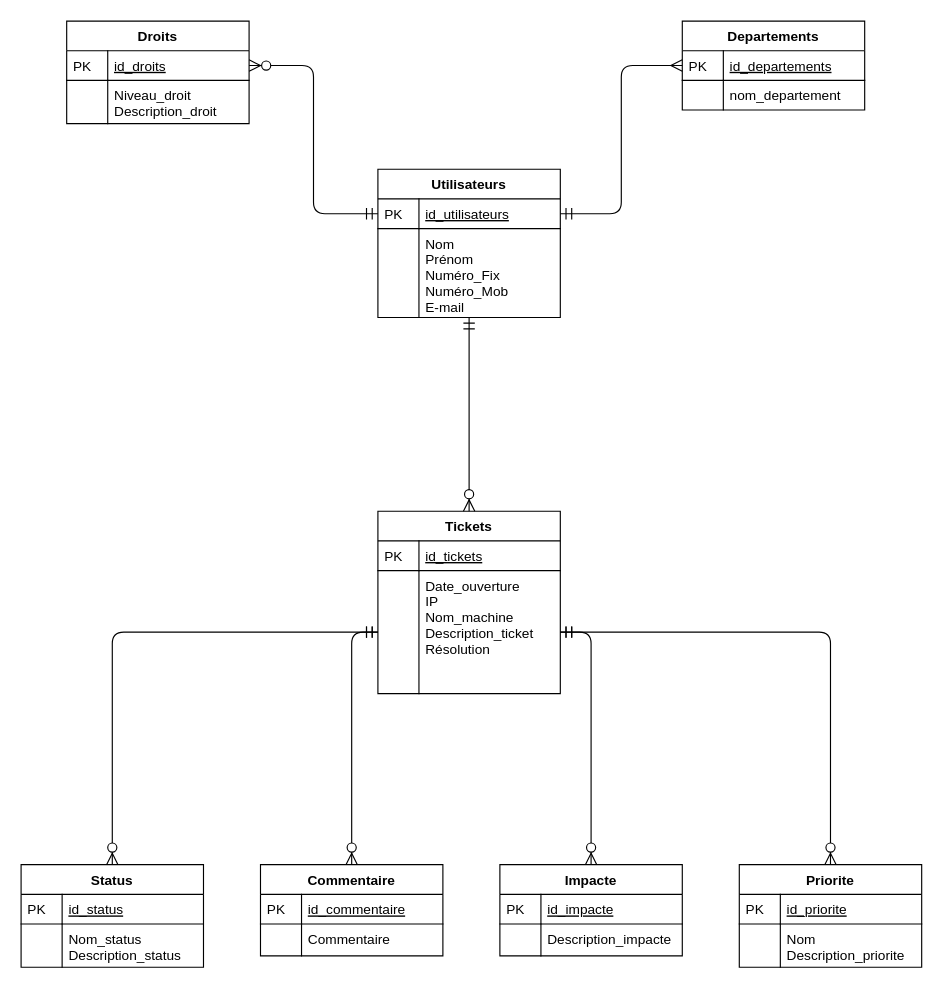
Hero-Chan/Projet_Ticketing keeps this draw.io diagram as Base de données/MCD_MPTicket.drawio. Above is the earlier version. Source tidied: cells renumbered, new cells numbered last; positions are measured from the earlier drawing's top-left corner, leaving out a move shared by most shapes. Both pictures are drawn from the tidied source at 114%, with x=0, y=0 at pixel (21, 21).
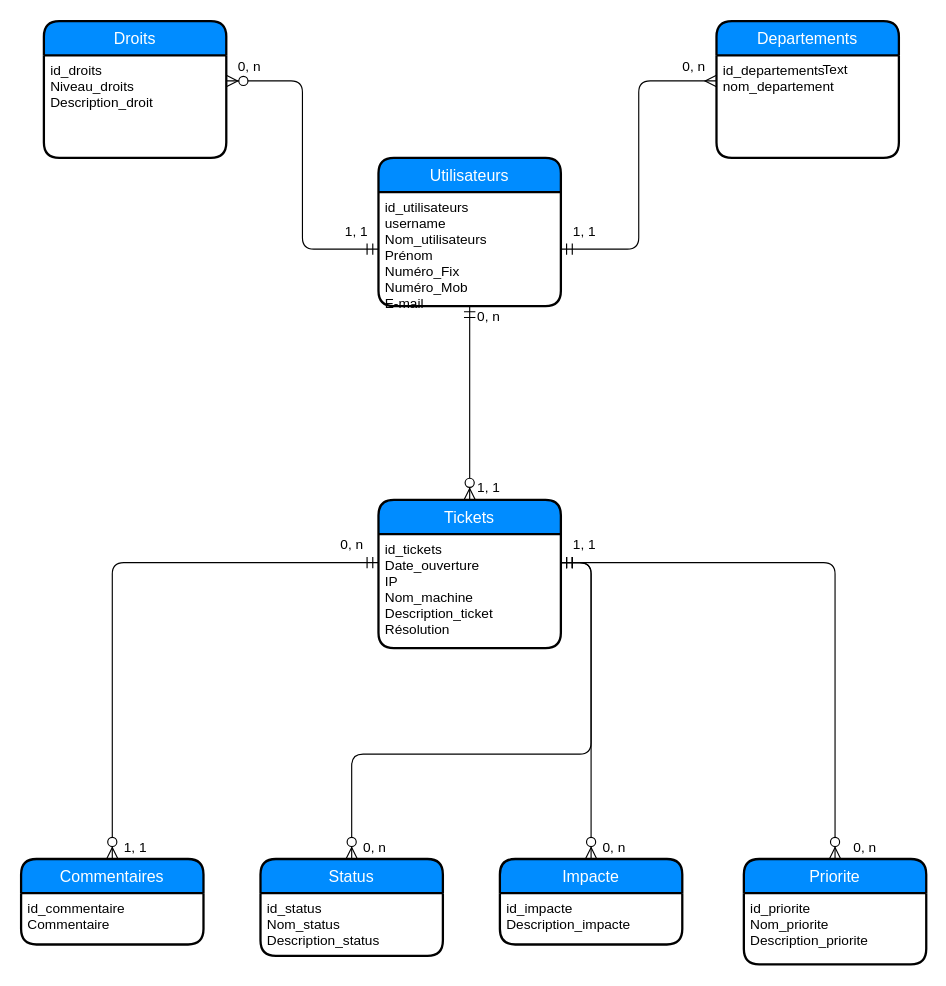
After the change.

Change to the diagram source:
```diff
@@
-    <mxCell id="2" value="Departements" style="swimlane;fontStyle=1;horizontal=1;startSize=26;rounded=0;shadow=0;strokeWidth=1;" parent="1" vertex="1">
-      <mxGeometry x="580" width="160" height="78" as="geometry" />
-    </mxCell>
-    <mxCell id="3" value="id_departements" style="shape=partialRectangle;top=0;left=0;right=0;bottom=1;align=left;verticalAlign=top;fillColor=none;spacingLeft=40;spacingRight=4;overflow=hidden;points=[[0,0.5],[1,0.5]];portConstraint=eastwest;rounded=0;shadow=0;strokeWidth=1;fontStyle=4;" parent="2" vertex="1">
-      <mxGeometry y="26" width="160" height="26" as="geometry" />
-    </mxCell>
-    <mxCell id="4" value="PK" style="shape=partialRectangle;top=0;left=0;bottom=0;fillColor=none;align=left;verticalAlign=top;spacingLeft=4;spacingRight=4;overflow=hidden;" parent="3" vertex="1">
-      <mxGeometry width="36" height="26" as="geometry" />
-    </mxCell>
-    <mxCell id="5" value="nom_departement" style="shape=partialRectangle;top=0;left=0;right=0;bottom=0;align=left;verticalAlign=top;fillColor=none;spacingLeft=40;spacingRight=4;overflow=hidden;rounded=0;shadow=0;strokeWidth=1;" parent="2" vertex="1">
-      <mxGeometry y="52" width="160" height="26" as="geometry" />
-    </mxCell>
-    <mxCell id="6" style="shape=partialRectangle;top=0;left=0;bottom=0;fillColor=none;align=left;verticalAlign=top;spacingLeft=4;spacingRight=4;overflow=hidden;" parent="5" vertex="1">
-      <mxGeometry width="36" height="26" as="geometry" />
-    </mxCell>
-    <mxCell id="7" value="Utilisateurs" style="swimlane;fontStyle=1;horizontal=1;startSize=26;rounded=0;shadow=0;strokeWidth=1;" parent="1" vertex="1">
-      <mxGeometry x="313" y="130" width="160" height="130" as="geometry" />
-    </mxCell>
-    <mxCell id="8" value="id_utilisateurs" style="shape=partialRectangle;top=0;left=0;right=0;bottom=1;align=left;verticalAlign=top;fillColor=none;spacingLeft=40;spacingRight=4;overflow=hidden;points=[[0,0.5],[1,0.5]];portConstraint=eastwest;rounded=0;shadow=0;strokeWidth=1;fontStyle=4;" parent="7" vertex="1">
-      <mxGeometry y="26" width="160" height="26" as="geometry" />
-    </mxCell>
-    <mxCell id="9" value="PK" style="shape=partialRectangle;top=0;left=0;bottom=0;fillColor=none;align=left;verticalAlign=top;spacingLeft=4;spacingRight=4;overflow=hidden;" parent="8" vertex="1">
-      <mxGeometry width="36" height="26" as="geometry" />
-    </mxCell>
-    <mxCell id="10" value="Nom&#10;Prénom&#10;Numéro_Fix&#10;Numéro_Mob&#10;E-mail" style="shape=partialRectangle;top=0;left=0;right=0;bottom=0;align=left;verticalAlign=top;fillColor=none;spacingLeft=40;spacingRight=4;overflow=hidden;rounded=0;shadow=0;strokeWidth=1;" parent="7" vertex="1">
-      <mxGeometry y="52" width="160" height="78" as="geometry" />
-    </mxCell>
-    <mxCell id="11" style="shape=partialRectangle;top=0;left=0;bottom=0;fillColor=none;align=left;verticalAlign=top;spacingLeft=4;spacingRight=4;overflow=hidden;" parent="10" vertex="1">
-      <mxGeometry width="36" height="78" as="geometry" />
-    </mxCell>
-    <mxCell id="12" style="edgeStyle=orthogonalEdgeStyle;endArrow=ERmandOne;startArrow=ERmany;shadow=0;strokeWidth=1;endSize=8;startSize=8;startFill=0;endFill=0;" parent="1" edge="1" source="3" target="8">
+    <mxCell id="12" style="edgeStyle=orthogonalEdgeStyle;endArrow=ERmandOne;startArrow=ERmany;shadow=0;strokeWidth=1;endSize=8;startSize=8;startFill=0;endFill=0;exitX=0;exitY=0.25;exitDx=0;exitDy=0;entryX=1;entryY=0.5;entryDx=0;entryDy=0;" parent="1" edge="1" source="50" target="52">
       <mxGeometry relative="1" as="geometry" />
     </mxCell>
-    <mxCell id="13" value="Tickets" style="swimlane;fontStyle=1;horizontal=1;startSize=26;rounded=0;shadow=0;strokeWidth=1;" parent="1" vertex="1">
-      <mxGeometry x="313" y="430" width="160" height="160" as="geometry" />
-    </mxCell>
-    <mxCell id="14" value="id_tickets" style="shape=partialRectangle;top=0;left=0;right=0;bottom=1;align=left;verticalAlign=top;fillColor=none;spacingLeft=40;spacingRight=4;overflow=hidden;rounded=0;shadow=0;strokeWidth=1;fontStyle=4;" parent="13" vertex="1">
-      <mxGeometry y="26" width="160" height="26" as="geometry" />
-    </mxCell>
-    <mxCell id="15" value="PK" style="shape=partialRectangle;top=0;left=0;bottom=0;fillColor=none;align=left;verticalAlign=top;spacingLeft=4;spacingRight=4;overflow=hidden;" parent="14" vertex="1">
-      <mxGeometry width="36" height="26" as="geometry" />
-    </mxCell>
-    <mxCell id="16" value="Date_ouverture&#10;IP&#10;Nom_machine&#10;Description_ticket&#10;Résolution" style="shape=partialRectangle;top=0;left=0;right=0;bottom=0;align=left;verticalAlign=top;fillColor=none;spacingLeft=40;spacingRight=4;overflow=hidden;points=[[0,0.5],[1,0.5]];portConstraint=eastwest;rounded=0;shadow=0;strokeWidth=1;" parent="13" vertex="1">
-      <mxGeometry y="52" width="160" height="108" as="geometry" />
-    </mxCell>
-    <mxCell id="17" style="shape=partialRectangle;top=0;left=0;bottom=0;fillColor=none;align=left;verticalAlign=top;spacingLeft=4;spacingRight=4;overflow=hidden;" parent="16" vertex="1">
-      <mxGeometry width="36" height="108" as="geometry" />
-    </mxCell>
-    <mxCell id="18" style="edgeStyle=orthogonalEdgeStyle;endArrow=ERzeroToMany;startArrow=ERmandOne;shadow=0;strokeWidth=1;endSize=8;startSize=8;" parent="1" edge="1" source="7" target="13">
+    <mxCell id="18" style="edgeStyle=orthogonalEdgeStyle;endArrow=ERzeroToMany;startArrow=ERmandOne;shadow=0;strokeWidth=1;endSize=8;startSize=8;exitX=0.5;exitY=1;exitDx=0;exitDy=0;entryX=0.5;entryY=0;entryDx=0;entryDy=0;" parent="1" edge="1" source="52" target="13">
       <mxGeometry relative="1" as="geometry" />
     </mxCell>
-    <mxCell id="19" value="Droits" style="swimlane;fontStyle=1;horizontal=1;startSize=26;rounded=0;shadow=0;strokeWidth=1;" parent="1" vertex="1">
-      <mxGeometry x="40" width="160" height="90" as="geometry" />
-    </mxCell>
-    <mxCell id="20" value="id_droits" style="shape=partialRectangle;top=0;left=0;right=0;bottom=1;align=left;verticalAlign=top;fillColor=none;spacingLeft=40;spacingRight=4;overflow=hidden;points=[[0,0.5],[1,0.5]];portConstraint=eastwest;rounded=0;shadow=0;strokeWidth=1;fontStyle=4;" parent="19" vertex="1">
-      <mxGeometry y="26" width="160" height="26" as="geometry" />
-    </mxCell>
-    <mxCell id="21" value="PK" style="shape=partialRectangle;top=0;left=0;bottom=0;fillColor=none;align=left;verticalAlign=top;spacingLeft=4;spacingRight=4;overflow=hidden;" parent="20" vertex="1">
-      <mxGeometry width="36" height="26" as="geometry" />
-    </mxCell>
-    <mxCell id="22" value="Niveau_droit&#10;Description_droit" style="shape=partialRectangle;top=0;left=0;right=0;bottom=0;align=left;verticalAlign=top;fillColor=none;spacingLeft=40;spacingRight=4;overflow=hidden;rounded=0;shadow=0;strokeWidth=1;" parent="19" vertex="1">
-      <mxGeometry y="52" width="160" height="38" as="geometry" />
-    </mxCell>
-    <mxCell id="23" style="shape=partialRectangle;top=0;left=0;bottom=0;fillColor=none;align=left;verticalAlign=top;spacingLeft=4;spacingRight=4;overflow=hidden;" parent="22" vertex="1">
-      <mxGeometry width="36" height="38" as="geometry" />
-    </mxCell>
-    <mxCell id="24" style="edgeStyle=orthogonalEdgeStyle;endArrow=ERzeroToMany;startArrow=ERmandOne;shadow=0;strokeWidth=1;endSize=8;startSize=8;exitX=0;exitY=0.5;exitDx=0;exitDy=0;entryX=1;entryY=0.5;entryDx=0;entryDy=0;" parent="1" edge="1" source="8" target="20">
+    <mxCell id="24" style="edgeStyle=orthogonalEdgeStyle;endArrow=ERzeroToMany;startArrow=ERmandOne;shadow=0;strokeWidth=1;endSize=8;startSize=8;exitX=0;exitY=0.5;exitDx=0;exitDy=0;entryX=1;entryY=0.25;entryDx=0;entryDy=0;" parent="1" edge="1" source="52" target="49">
       <mxGeometry relative="1" as="geometry" />
     </mxCell>
-    <mxCell id="25" value="Status" style="swimlane;fontStyle=1;horizontal=1;startSize=26;rounded=0;shadow=0;strokeWidth=1;" parent="1" vertex="1">
-      <mxGeometry y="740" width="160" height="90" as="geometry" />
-    </mxCell>
-    <mxCell id="26" value="id_status" style="shape=partialRectangle;top=0;left=0;right=0;bottom=1;align=left;verticalAlign=top;fillColor=none;spacingLeft=40;spacingRight=4;overflow=hidden;rounded=0;shadow=0;strokeWidth=1;fontStyle=4;" parent="25" vertex="1">
-      <mxGeometry y="26" width="160" height="26" as="geometry" />
-    </mxCell>
-    <mxCell id="27" value="PK" style="shape=partialRectangle;top=0;left=0;bottom=0;fillColor=none;align=left;verticalAlign=top;spacingLeft=4;spacingRight=4;overflow=hidden;" parent="26" vertex="1">
-      <mxGeometry width="36" height="26" as="geometry" />
-    </mxCell>
-    <mxCell id="28" value="Nom_status&#10;Description_status" style="shape=partialRectangle;top=0;left=0;right=0;bottom=0;align=left;verticalAlign=top;fillColor=none;spacingLeft=40;spacingRight=4;overflow=hidden;rounded=0;shadow=0;strokeWidth=1;" parent="25" vertex="1">
-      <mxGeometry y="52" width="160" height="38" as="geometry" />
-    </mxCell>
-    <mxCell id="29" style="shape=partialRectangle;top=0;left=0;bottom=0;fillColor=none;align=left;verticalAlign=top;spacingLeft=4;spacingRight=4;overflow=hidden;" parent="28" vertex="1">
-      <mxGeometry width="36" height="38" as="geometry" />
-    </mxCell>
-    <mxCell id="30" value="Commentaire" style="swimlane;fontStyle=1;horizontal=1;startSize=26;rounded=0;shadow=0;strokeWidth=1;" parent="1" vertex="1">
-      <mxGeometry x="210" y="740" width="160" height="80" as="geometry" />
-    </mxCell>
-    <mxCell id="31" value="id_commentaire" style="shape=partialRectangle;top=0;left=0;right=0;bottom=1;align=left;verticalAlign=top;fillColor=none;spacingLeft=40;spacingRight=4;overflow=hidden;rounded=0;shadow=0;strokeWidth=1;fontStyle=4;" parent="30" vertex="1">
-      <mxGeometry y="26" width="160" height="26" as="geometry" />
-    </mxCell>
-    <mxCell id="32" value="PK" style="shape=partialRectangle;top=0;left=0;bottom=0;fillColor=none;align=left;verticalAlign=top;spacingLeft=4;spacingRight=4;overflow=hidden;" parent="31" vertex="1">
-      <mxGeometry width="36" height="26" as="geometry" />
-    </mxCell>
-    <mxCell id="33" value="Commentaire" style="shape=partialRectangle;top=0;left=0;right=0;bottom=0;align=left;verticalAlign=top;fillColor=none;spacingLeft=40;spacingRight=4;overflow=hidden;rounded=0;shadow=0;strokeWidth=1;" parent="30" vertex="1">
-      <mxGeometry y="52" width="160" height="28" as="geometry" />
-    </mxCell>
-    <mxCell id="34" style="shape=partialRectangle;top=0;left=0;bottom=0;fillColor=none;align=left;verticalAlign=top;spacingLeft=4;spacingRight=4;overflow=hidden;" parent="33" vertex="1">
-      <mxGeometry width="36" height="28" as="geometry" />
-    </mxCell>
-    <mxCell id="35" value="Impacte" style="swimlane;fontStyle=1;horizontal=1;startSize=26;rounded=0;shadow=0;strokeWidth=1;" parent="1" vertex="1">
-      <mxGeometry x="420" y="740" width="160" height="80" as="geometry" />
-    </mxCell>
-    <mxCell id="36" value="id_impacte" style="shape=partialRectangle;top=0;left=0;right=0;bottom=1;align=left;verticalAlign=top;fillColor=none;spacingLeft=40;spacingRight=4;overflow=hidden;rounded=0;shadow=0;strokeWidth=1;fontStyle=4;" parent="35" vertex="1">
-      <mxGeometry y="26" width="160" height="26" as="geometry" />
-    </mxCell>
-    <mxCell id="37" value="PK" style="shape=partialRectangle;top=0;left=0;bottom=0;fillColor=none;align=left;verticalAlign=top;spacingLeft=4;spacingRight=4;overflow=hidden;" parent="36" vertex="1">
-      <mxGeometry width="36" height="26" as="geometry" />
-    </mxCell>
-    <mxCell id="38" value="Description_impacte" style="shape=partialRectangle;top=0;left=0;right=0;bottom=0;align=left;verticalAlign=top;fillColor=none;spacingLeft=40;spacingRight=4;overflow=hidden;rounded=0;shadow=0;strokeWidth=1;" parent="35" vertex="1">
-      <mxGeometry y="52" width="160" height="28" as="geometry" />
-    </mxCell>
-    <mxCell id="39" style="shape=partialRectangle;top=0;left=0;bottom=0;fillColor=none;align=left;verticalAlign=top;spacingLeft=4;spacingRight=4;overflow=hidden;" parent="38" vertex="1">
-      <mxGeometry width="36" height="28" as="geometry" />
-    </mxCell>
-    <mxCell id="40" value="Priorite" style="swimlane;fontStyle=1;horizontal=1;startSize=26;rounded=0;shadow=0;strokeWidth=1;" parent="1" vertex="1">
-      <mxGeometry x="630" y="740" width="160" height="90" as="geometry" />
-    </mxCell>
-    <mxCell id="41" value="id_priorite" style="shape=partialRectangle;top=0;left=0;right=0;bottom=1;align=left;verticalAlign=top;fillColor=none;spacingLeft=40;spacingRight=4;overflow=hidden;rounded=0;shadow=0;strokeWidth=1;fontStyle=4;" parent="40" vertex="1">
-      <mxGeometry y="26" width="160" height="26" as="geometry" />
-    </mxCell>
-    <mxCell id="42" value="PK" style="shape=partialRectangle;top=0;left=0;bottom=0;fillColor=none;align=left;verticalAlign=top;spacingLeft=4;spacingRight=4;overflow=hidden;" parent="41" vertex="1">
-      <mxGeometry width="36" height="26" as="geometry" />
-    </mxCell>
-    <mxCell id="43" value="Nom&#10;Description_priorite" style="shape=partialRectangle;top=0;left=0;right=0;bottom=0;align=left;verticalAlign=top;fillColor=none;spacingLeft=40;spacingRight=4;overflow=hidden;rounded=0;shadow=0;strokeWidth=1;" parent="40" vertex="1">
-      <mxGeometry y="52" width="160" height="38" as="geometry" />
-    </mxCell>
-    <mxCell id="44" style="shape=partialRectangle;top=0;left=0;bottom=0;fillColor=none;align=left;verticalAlign=top;spacingLeft=4;spacingRight=4;overflow=hidden;" parent="43" vertex="1">
-      <mxGeometry width="36" height="38" as="geometry" />
-    </mxCell>
-    <mxCell id="45" style="edgeStyle=orthogonalEdgeStyle;endArrow=ERzeroToMany;startArrow=ERmandOne;shadow=0;strokeWidth=1;endSize=8;startSize=8;entryX=0.5;entryY=0;entryDx=0;entryDy=0;exitX=0;exitY=0.5;exitDx=0;exitDy=0;" parent="1" edge="1" source="16" target="25">
-      <mxGeometry relative="1" as="geometry" />
+    <mxCell id="45" style="edgeStyle=orthogonalEdgeStyle;endArrow=ERzeroToMany;startArrow=ERmandOne;shadow=0;strokeWidth=1;endSize=8;startSize=8;entryX=0.5;entryY=0;entryDx=0;entryDy=0;exitX=1;exitY=0.25;exitDx=0;exitDy=0;" parent="1" edge="1" source="53" target="25">
+      <mxGeometry relative="1" as="geometry">
+        <Array as="points">
+          <mxPoint x="500" y="475" />
+          <mxPoint x="500" y="643" />
+          <mxPoint x="290" y="643" />
+        </Array>
+      </mxGeometry>
     </mxCell>
-    <mxCell id="46" style="edgeStyle=orthogonalEdgeStyle;endArrow=ERzeroToMany;startArrow=ERmandOne;shadow=0;strokeWidth=1;endSize=8;startSize=8;entryX=0.5;entryY=0;entryDx=0;entryDy=0;exitX=0;exitY=0.5;exitDx=0;exitDy=0;" parent="1" edge="1" source="16" target="30">
+    <mxCell id="46" style="edgeStyle=orthogonalEdgeStyle;endArrow=ERzeroToMany;startArrow=ERmandOne;shadow=0;strokeWidth=1;endSize=8;startSize=8;entryX=0.5;entryY=0;entryDx=0;entryDy=0;exitX=0;exitY=0.25;exitDx=0;exitDy=0;" parent="1" edge="1" source="53" target="54">
       <mxGeometry relative="1" as="geometry" />
     </mxCell>
-    <mxCell id="47" style="edgeStyle=orthogonalEdgeStyle;endArrow=ERzeroToMany;startArrow=ERmandOne;shadow=0;strokeWidth=1;endSize=8;startSize=8;entryX=0.5;entryY=0;entryDx=0;entryDy=0;exitX=1;exitY=0.5;exitDx=0;exitDy=0;" parent="1" edge="1" source="16" target="35">
-      <mxGeometry relative="1" as="geometry" />
+    <mxCell id="47" style="edgeStyle=orthogonalEdgeStyle;endArrow=ERzeroToMany;startArrow=ERmandOne;shadow=0;strokeWidth=1;endSize=8;startSize=8;entryX=0.5;entryY=0;entryDx=0;entryDy=0;exitX=1;exitY=0.25;exitDx=0;exitDy=0;" parent="1" edge="1" source="53" target="35">
+      <mxGeometry relative="1" as="geometry">
+        <Array as="points">
+          <mxPoint x="500" y="475" />
+        </Array>
+      </mxGeometry>
     </mxCell>
-    <mxCell id="48" style="edgeStyle=orthogonalEdgeStyle;endArrow=ERzeroToMany;startArrow=ERmandOne;shadow=0;strokeWidth=1;endSize=8;startSize=8;entryX=0.5;entryY=0;entryDx=0;entryDy=0;exitX=1;exitY=0.5;exitDx=0;exitDy=0;" parent="1" edge="1" source="16" target="40">
+    <mxCell id="48" style="edgeStyle=orthogonalEdgeStyle;endArrow=ERzeroToMany;startArrow=ERmandOne;shadow=0;strokeWidth=1;endSize=8;startSize=8;entryX=0.5;entryY=0;entryDx=0;entryDy=0;exitX=1;exitY=0.25;exitDx=0;exitDy=0;" parent="1" edge="1" source="53" target="40">
       <mxGeometry relative="1" as="geometry" />
     </mxCell>
+    <mxCell id="19" value="Droits" style="swimlane;horizontal=1;startSize=30;fillColor=#008cff;fontColor=#FFFFFF;rounded=1;fontSize=14;fontStyle=0;strokeWidth=2;shadow=0;dashed=0;align=center;" parent="1" vertex="1">
+      <mxGeometry x="20" width="160" height="120" as="geometry" />
+    </mxCell>
+    <mxCell id="49" value="id_droits&#10;Niveau_droits&#10;Description_droit" style="align=left;strokeColor=none;fillColor=none;spacingLeft=4;fontSize=12;verticalAlign=top;" parent="19" vertex="1">
+      <mxGeometry y="30" width="160" height="90" as="geometry" />
+    </mxCell>
+    <mxCell id="2" value="Departements" style="swimlane;horizontal=1;startSize=30;fillColor=#008cff;fontColor=#FFFFFF;rounded=1;fontSize=14;fontStyle=0;strokeWidth=2;shadow=0;dashed=0;align=center;" parent="1" vertex="1">
+      <mxGeometry x="610" width="160" height="120" as="geometry" />
+    </mxCell>
+    <mxCell id="50" value="id_departements&#10;nom_departement" style="align=left;strokeColor=none;fillColor=none;spacingLeft=4;fontSize=12;verticalAlign=top;" parent="2" vertex="1">
+      <mxGeometry y="30" width="160" height="90" as="geometry" />
+    </mxCell>
+    <mxCell id="51" value="Text" style="text;html=1;align=center;verticalAlign=middle;" parent="1" vertex="1">
+      <mxGeometry x="694" y="33" width="40" height="20" as="geometry" />
+    </mxCell>
+    <mxCell id="7" value="Utilisateurs" style="swimlane;horizontal=1;startSize=30;fillColor=#008cff;fontColor=#FFFFFF;rounded=1;fontSize=14;fontStyle=0;strokeWidth=2;shadow=0;dashed=0;align=center;" parent="1" vertex="1">
+      <mxGeometry x="313.5" y="120" width="160" height="130" as="geometry" />
+    </mxCell>
+    <mxCell id="52" value="id_utilisateurs&#10;username&#10;Nom_utilisateurs&#10;Prénom&#10;Numéro_Fix&#10;Numéro_Mob&#10;E-mail" style="align=left;strokeColor=none;fillColor=none;spacingLeft=4;fontSize=12;verticalAlign=top;" parent="7" vertex="1">
+      <mxGeometry y="30" width="160" height="100" as="geometry" />
+    </mxCell>
+    <mxCell id="13" value="Tickets" style="swimlane;horizontal=1;startSize=30;fillColor=#008cff;fontColor=#FFFFFF;rounded=1;fontSize=14;fontStyle=0;strokeWidth=2;shadow=0;dashed=0;align=center;" parent="1" vertex="1">
+      <mxGeometry x="313.5" y="420" width="160" height="130" as="geometry" />
+    </mxCell>
+    <mxCell id="53" value="id_tickets&#10;Date_ouverture&#10;IP&#10;Nom_machine&#10;Description_ticket&#10;Résolution" style="align=left;strokeColor=none;fillColor=none;spacingLeft=4;fontSize=12;verticalAlign=top;" parent="13" vertex="1">
+      <mxGeometry y="30" width="160" height="100" as="geometry" />
+    </mxCell>
+    <mxCell id="54" value="Commentaires" style="swimlane;horizontal=1;startSize=30;fillColor=#008cff;fontColor=#FFFFFF;rounded=1;fontSize=14;fontStyle=0;strokeWidth=2;shadow=0;dashed=0;align=center;" parent="1" vertex="1">
+      <mxGeometry y="735" width="160" height="75" as="geometry" />
+    </mxCell>
+    <mxCell id="55" value="id_commentaire&#10;Commentaire" style="align=left;strokeColor=none;fillColor=none;spacingLeft=4;fontSize=12;verticalAlign=top;" parent="54" vertex="1">
+      <mxGeometry y="30" width="160" height="45" as="geometry" />
+    </mxCell>
+    <mxCell id="25" value="Status" style="swimlane;horizontal=1;startSize=30;fillColor=#008cff;fontColor=#FFFFFF;rounded=1;fontSize=14;fontStyle=0;strokeWidth=2;shadow=0;dashed=0;align=center;" parent="1" vertex="1">
+      <mxGeometry x="210" y="735" width="160" height="85" as="geometry" />
+    </mxCell>
+    <mxCell id="56" value="id_status&#10;Nom_status&#10;Description_status&#10;" style="align=left;strokeColor=none;fillColor=none;spacingLeft=4;fontSize=12;verticalAlign=top;" parent="25" vertex="1">
+      <mxGeometry y="30" width="160" height="55" as="geometry" />
+    </mxCell>
+    <mxCell id="35" value="Impacte" style="swimlane;horizontal=1;startSize=30;fillColor=#008cff;fontColor=#FFFFFF;rounded=1;fontSize=14;fontStyle=0;strokeWidth=2;shadow=0;dashed=0;align=center;" parent="1" vertex="1">
+      <mxGeometry x="420" y="735" width="160" height="75" as="geometry" />
+    </mxCell>
+    <mxCell id="57" value="id_impacte&#10;Description_impacte&#10;&#10;" style="align=left;strokeColor=none;fillColor=none;spacingLeft=4;fontSize=12;verticalAlign=top;" parent="35" vertex="1">
+      <mxGeometry y="30" width="160" height="45" as="geometry" />
+    </mxCell>
+    <mxCell id="40" value="Priorite" style="swimlane;horizontal=1;startSize=30;fillColor=#008cff;fontColor=#FFFFFF;rounded=1;fontSize=14;fontStyle=0;strokeWidth=2;shadow=0;dashed=0;align=center;" parent="1" vertex="1">
+      <mxGeometry x="634" y="735" width="160" height="92.5" as="geometry" />
+    </mxCell>
+    <mxCell id="58" value="id_priorite&#10;Nom_priorite&#10;Description_priorite&#10;" style="align=left;strokeColor=none;fillColor=none;spacingLeft=4;fontSize=12;verticalAlign=top;" parent="40" vertex="1">
+      <mxGeometry y="30" width="160" height="62.5" as="geometry" />
+    </mxCell>
+    <mxCell id="59" value="1, 1" style="text;html=1;align=center;verticalAlign=middle;" parent="1" vertex="1">
+      <mxGeometry x="273.5" y="175" width="40" height="20" as="geometry" />
+    </mxCell>
+    <mxCell id="60" value="0, n" style="text;html=1;align=center;verticalAlign=middle;" parent="1" vertex="1">
+      <mxGeometry x="180" y="30" width="40" height="20" as="geometry" />
+    </mxCell>
+    <mxCell id="61" value="1, 1" style="text;html=1;align=center;verticalAlign=middle;" parent="1" vertex="1">
+      <mxGeometry x="473.5" y="175" width="40" height="20" as="geometry" />
+    </mxCell>
+    <mxCell id="62" value="0, n" style="text;html=1;align=center;verticalAlign=middle;" parent="1" vertex="1">
+      <mxGeometry x="570" y="30" width="40" height="20" as="geometry" />
+    </mxCell>
+    <mxCell id="63" value="0, n" style="text;html=1;align=center;verticalAlign=middle;" parent="1" vertex="1">
+      <mxGeometry x="390" y="250" width="40" height="20" as="geometry" />
+    </mxCell>
+    <mxCell id="64" value="1, 1" style="text;html=1;align=center;verticalAlign=middle;" parent="1" vertex="1">
+      <mxGeometry x="390" y="400" width="40" height="20" as="geometry" />
+    </mxCell>
+    <mxCell id="65" value="1, 1" style="text;html=1;align=center;verticalAlign=middle;" parent="1" vertex="1">
+      <mxGeometry x="80" y="715" width="40" height="20" as="geometry" />
+    </mxCell>
+    <mxCell id="66" value="1, 1" style="text;html=1;align=center;verticalAlign=middle;" parent="1" vertex="1">
+      <mxGeometry x="473.5" y="450" width="40" height="20" as="geometry" />
+    </mxCell>
+    <mxCell id="67" value="0, n" style="text;html=1;align=center;verticalAlign=middle;" parent="1" vertex="1">
+      <mxGeometry x="290" y="715" width="40" height="20" as="geometry" />
+    </mxCell>
+    <mxCell id="68" value="0, n" style="text;html=1;align=center;verticalAlign=middle;" parent="1" vertex="1">
+      <mxGeometry x="500" y="715" width="40" height="20" as="geometry" />
+    </mxCell>
+    <mxCell id="69" value="0, n" style="text;html=1;align=center;verticalAlign=middle;" parent="1" vertex="1">
+      <mxGeometry x="720" y="715" width="40" height="20" as="geometry" />
+    </mxCell>
+    <mxCell id="70" value="0, n" style="text;html=1;align=center;verticalAlign=middle;" parent="1" vertex="1">
+      <mxGeometry x="270" y="450" width="40" height="20" as="geometry" />
+    </mxCell>
```
